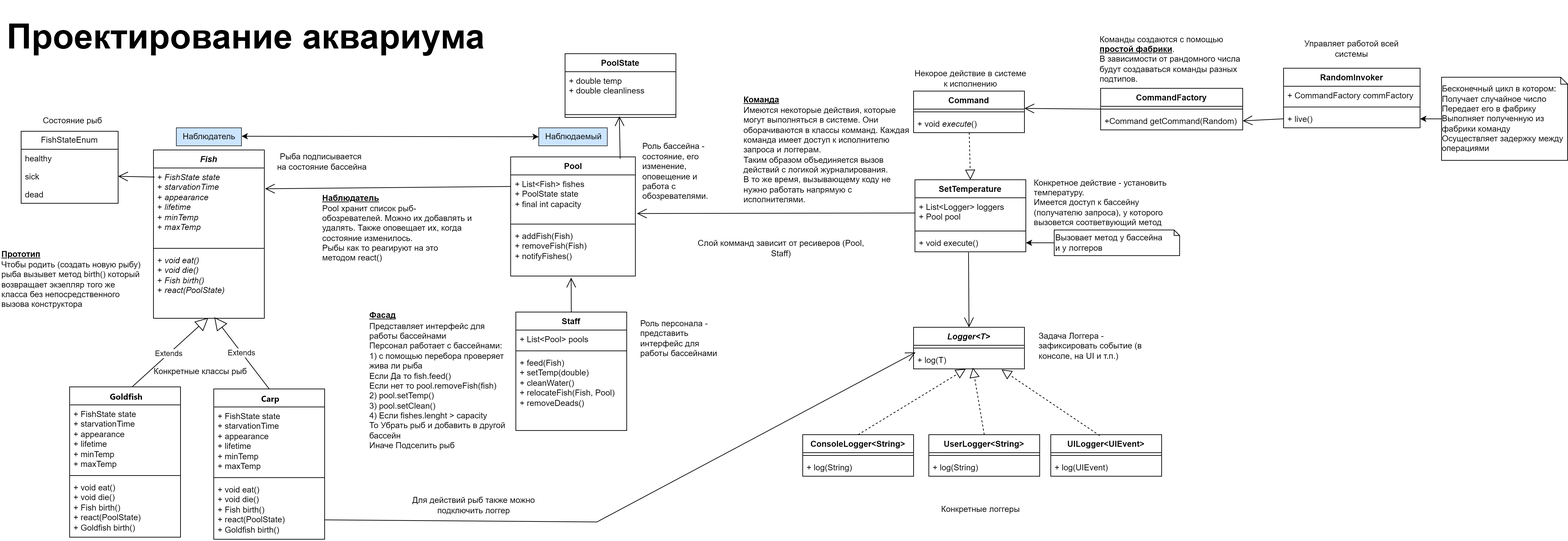
Sadhorsephile/flutter_trainee_practice keeps this draw.io diagram as OOP Patterns/UML.png. Above is the earlier version. Source tidied: cells renumbered, new cells last; positions are measured from the earlier drawing's top-left corner, leaving out a move shared by most shapes.
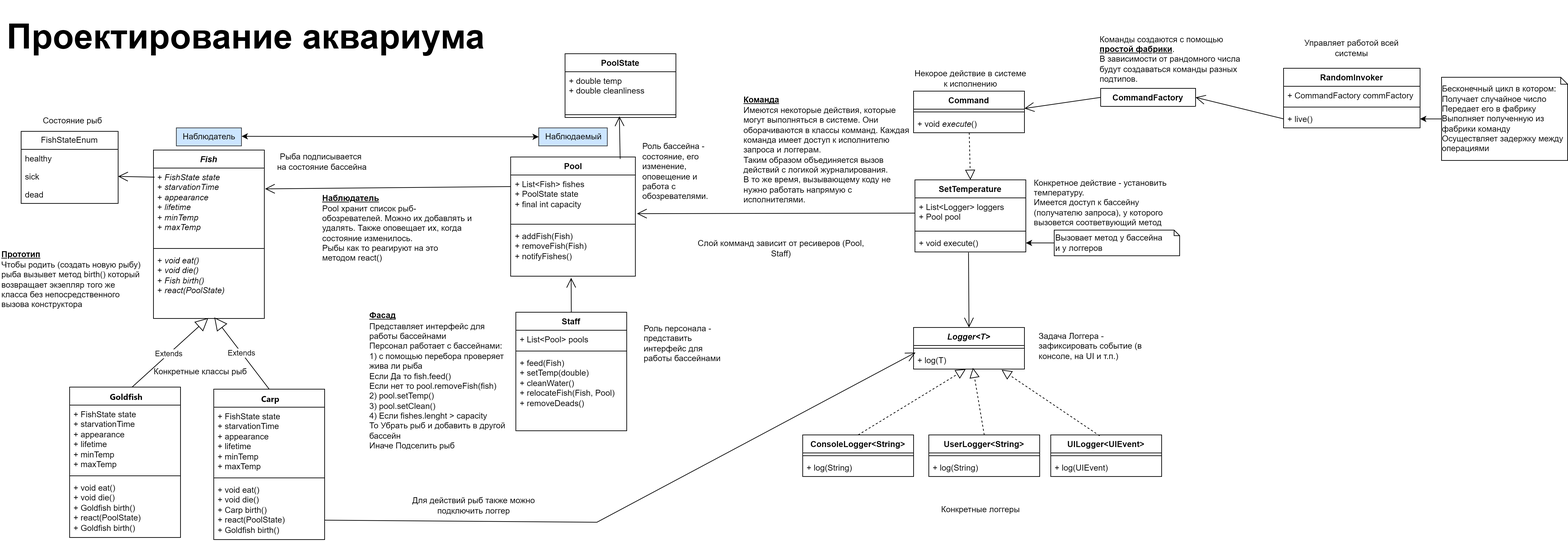
Above is the later version.

Commit message:
SI-4492 Доработал паттерн прототип

Diff of the diagram source:
```diff
@@ -62,7 +62,7 @@
     <mxCell id="21" style="line;strokeWidth=1;fillColor=none;align=left;verticalAlign=middle;spacingTop=-1;spacingLeft=3;spacingRight=3;labelPosition=right;strokeColor=inherit;" parent="19" vertex="1">
       <mxGeometry y="124" width="160" height="8" as="geometry" />
     </mxCell>
-    <mxCell id="22" value="+&amp;nbsp;&lt;span style=&quot;border-color: var(--border-color);&quot;&gt;void eat()&lt;/span&gt;&lt;br style=&quot;border-color: var(--border-color);&quot;&gt;+&amp;nbsp;&lt;span style=&quot;border-color: var(--border-color);&quot;&gt;void die()&lt;/span&gt;&lt;br style=&quot;border-color: var(--border-color);&quot;&gt;+&amp;nbsp;&lt;span style=&quot;border-color: var(--border-color);&quot;&gt;Fish birth()&lt;/span&gt;&lt;br style=&quot;border-color: var(--border-color);&quot;&gt;+&amp;nbsp;&lt;span style=&quot;border-color: var(--border-color);&quot;&gt;react(PoolState)&lt;/span&gt;&lt;br&gt;+&amp;nbsp;Goldfish birth()" style="text;strokeColor=none;fillColor=none;align=left;verticalAlign=top;spacingLeft=4;spacingRight=4;overflow=hidden;whiteSpace=wrap;html=1;" parent="19" vertex="1">
+    <mxCell id="22" value="+&amp;nbsp;&lt;span style=&quot;border-color: var(--border-color);&quot;&gt;void eat()&lt;/span&gt;&lt;br style=&quot;border-color: var(--border-color);&quot;&gt;+&amp;nbsp;&lt;span style=&quot;border-color: var(--border-color);&quot;&gt;void die()&lt;/span&gt;&lt;br style=&quot;border-color: var(--border-color);&quot;&gt;+&amp;nbsp;&lt;span style=&quot;border-color: var(--border-color);&quot;&gt;Goldfish birth()&lt;/span&gt;&lt;br style=&quot;border-color: var(--border-color);&quot;&gt;+&amp;nbsp;&lt;span style=&quot;border-color: var(--border-color);&quot;&gt;react(PoolState)&lt;/span&gt;&lt;br&gt;+&amp;nbsp;Goldfish birth()" style="text;strokeColor=none;fillColor=none;align=left;verticalAlign=top;spacingLeft=4;spacingRight=4;overflow=hidden;whiteSpace=wrap;html=1;" parent="19" vertex="1">
       <mxGeometry y="132" width="160" height="85" as="geometry" />
     </mxCell>
     <mxCell id="23" value="Extends" style="endArrow=block;endSize=16;endFill=0;html=1;rounded=0;entryX=0.549;entryY=0.984;entryDx=0;entryDy=0;entryPerimeter=0;exitX=0.5;exitY=0;exitDx=0;exitDy=0;" parent="1" edge="1" source="84" target="5">
@@ -113,7 +113,7 @@
       <mxGeometry x="925" y="198" width="105" height="98" as="geometry" />
     </mxCell>
     <mxCell id="38" value="Роль персонала -&amp;nbsp; представить интерфейс для работы бассейнами" style="text;html=1;strokeColor=none;fillColor=none;align=left;verticalAlign=middle;whiteSpace=wrap;rounded=0;" parent="1" vertex="1">
-      <mxGeometry x="922" y="450" width="126" height="75" as="geometry" />
+      <mxGeometry x="927" y="457" width="126" height="75" as="geometry" />
     </mxCell>
     <mxCell id="39" value="Command" style="swimlane;fontStyle=1;align=center;verticalAlign=top;horizontal=1;startSize=26;whiteSpace=wrap;html=1;" parent="1" vertex="1">
       <mxGeometry x="1318" y="131" width="160" height="60" as="geometry" />
@@ -202,15 +202,9 @@
     <mxCell id="67" value="Команды создаются с помощью &lt;b&gt;&lt;u&gt;простой фабрики&lt;/u&gt;&lt;/b&gt;.&lt;br&gt;&lt;div style=&quot;&quot;&gt;&lt;span style=&quot;background-color: initial;&quot;&gt;В зависимости от рандомного числа будут создаваться команды разных подтипов.&lt;/span&gt;&lt;/div&gt;" style="text;html=1;strokeColor=none;fillColor=none;align=left;verticalAlign=middle;whiteSpace=wrap;rounded=0;" parent="1" vertex="1">
       <mxGeometry x="1585" y="47" width="211" height="75" as="geometry" />
     </mxCell>
-    <mxCell id="68" value="CommandFactory" style="swimlane;fontStyle=1;align=center;verticalAlign=top;horizontal=1;startSize=26;whiteSpace=wrap;html=1;" parent="1" vertex="1">
-      <mxGeometry x="1588" y="127" width="205" height="60" as="geometry" />
+    <mxCell id="68" value="CommandFactory" style="swimlane;fontStyle=1;align=center;verticalAlign=top;horizontal=1;startSize=26;whiteSpace=wrap;html=1;" parent="1" vertex="1" collapsed="1">
+      <mxGeometry x="1588" y="127" width="137" height="26" as="geometry" />
     </mxCell>
-    <mxCell id="69" style="line;strokeWidth=1;fillColor=none;align=left;verticalAlign=middle;spacingTop=-1;spacingLeft=3;spacingRight=3;labelPosition=right;strokeColor=inherit;" parent="68" vertex="1">
-      <mxGeometry y="26" width="205" height="8" as="geometry" />
-    </mxCell>
-    <mxCell id="70" value="+Command&amp;nbsp;getCommand(Random)" style="text;strokeColor=none;fillColor=none;align=left;verticalAlign=top;spacingLeft=4;spacingRight=4;overflow=hidden;points=[[0,0.5],[1,0.5]];portConstraint=eastwest;whiteSpace=wrap;html=1;" parent="68" vertex="1">
-      <mxGeometry y="34" width="205" height="26" as="geometry" />
-    </mxCell>
     <mxCell id="71" style="endArrow=open;endFill=1;endSize=12;html=1;rounded=0;exitX=0;exitY=0.5;exitDx=0;exitDy=0;entryX=1;entryY=-0.125;entryDx=0;entryDy=0;entryPerimeter=0;" parent="1" edge="1" source="68" target="40">
       <mxGeometry relative="1" as="geometry" />
     </mxCell>
@@ -232,9 +226,6 @@
     <mxCell id="77" value="&lt;div style=&quot;text-align: left;&quot;&gt;&lt;span style=&quot;background-color: initial;&quot;&gt;Бесконечный цикл в котором:&lt;br&gt;Получает случайное число&lt;/span&gt;&lt;/div&gt;&lt;div style=&quot;text-align: left;&quot;&gt;&lt;span style=&quot;background-color: initial;&quot;&gt;Передает его в фабрику&lt;/span&gt;&lt;/div&gt;&lt;div style=&quot;text-align: left;&quot;&gt;&lt;span style=&quot;background-color: initial;&quot;&gt;Выполняет полученную из фабрики команду&lt;br&gt;Осуществляет задержку между операциями&lt;/span&gt;&lt;/div&gt;" style="shape=note;size=10;whiteSpace=wrap;html=1;" parent="1" vertex="1">
       <mxGeometry x="2080" y="111" width="182" height="120" as="geometry" />
     </mxCell>
-    <mxCell id="78" style="endArrow=open;endFill=1;endSize=12;html=1;rounded=0;exitX=0;exitY=0.5;exitDx=0;exitDy=0;entryX=1;entryY=0.5;entryDx=0;entryDy=0;" parent="1" edge="1" source="75" target="70">
-      <mxGeometry relative="1" as="geometry" />
-    </mxCell>
     <mxCell id="79" value="Слой комманд зависит от ресиверов (Pool, Staff)" style="text;html=1;strokeColor=none;fillColor=none;align=center;verticalAlign=middle;whiteSpace=wrap;rounded=0;" parent="1" vertex="1">
       <mxGeometry x="995" y="324" width="264" height="68" as="geometry" />
     </mxCell>
@@ -259,7 +250,7 @@
     <mxCell id="86" style="line;strokeWidth=1;fillColor=none;align=left;verticalAlign=middle;spacingTop=-1;spacingLeft=3;spacingRight=3;labelPosition=right;strokeColor=inherit;" parent="84" vertex="1">
       <mxGeometry y="124" width="160" height="8" as="geometry" />
     </mxCell>
-    <mxCell id="87" value="+&amp;nbsp;&lt;span style=&quot;border-color: var(--border-color);&quot;&gt;void eat()&lt;/span&gt;&lt;br style=&quot;border-color: var(--border-color);&quot;&gt;+&amp;nbsp;&lt;span style=&quot;border-color: var(--border-color);&quot;&gt;void die()&lt;/span&gt;&lt;br style=&quot;border-color: var(--border-color);&quot;&gt;+&amp;nbsp;&lt;span style=&quot;border-color: var(--border-color);&quot;&gt;Fish birth()&lt;/span&gt;&lt;br style=&quot;border-color: var(--border-color);&quot;&gt;+&amp;nbsp;&lt;span style=&quot;border-color: var(--border-color);&quot;&gt;react(PoolState)&lt;/span&gt;&lt;br&gt;+&amp;nbsp;Goldfish birth()" style="text;strokeColor=none;fillColor=none;align=left;verticalAlign=top;spacingLeft=4;spacingRight=4;overflow=hidden;whiteSpace=wrap;html=1;" parent="84" vertex="1">
+    <mxCell id="87" value="+&amp;nbsp;&lt;span style=&quot;border-color: var(--border-color);&quot;&gt;void eat()&lt;/span&gt;&lt;br style=&quot;border-color: var(--border-color);&quot;&gt;+&amp;nbsp;&lt;span style=&quot;border-color: var(--border-color);&quot;&gt;void die()&lt;/span&gt;&lt;br style=&quot;border-color: var(--border-color);&quot;&gt;+&amp;nbsp;&lt;span style=&quot;border-color: var(--border-color);&quot;&gt;Carp birth()&lt;/span&gt;&lt;br style=&quot;border-color: var(--border-color);&quot;&gt;+&amp;nbsp;&lt;span style=&quot;border-color: var(--border-color);&quot;&gt;react(PoolState)&lt;/span&gt;&lt;br&gt;+&amp;nbsp;Goldfish birth()" style="text;strokeColor=none;fillColor=none;align=left;verticalAlign=top;spacingLeft=4;spacingRight=4;overflow=hidden;whiteSpace=wrap;html=1;" parent="84" vertex="1">
       <mxGeometry y="132" width="160" height="85" as="geometry" />
     </mxCell>
     <mxCell id="88" value="Состояние рыб" style="text;html=1;strokeColor=none;fillColor=none;align=center;verticalAlign=middle;whiteSpace=wrap;rounded=0;" parent="1" vertex="1">
```
